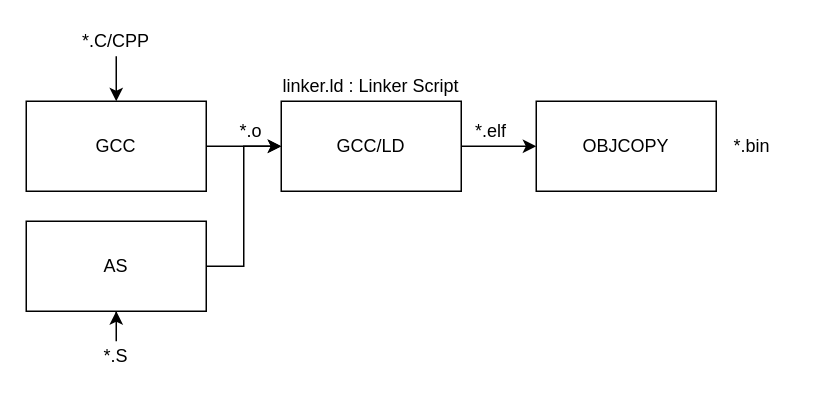
Before: assets/compileandlink.drawio in goodsemong/goodsemong.github.io, a draw.io diagram. Source tidied: cells renumbered, new cells numbered last; positions are measured from the earlier drawing's top-left corner, leaving out a move shared by most shapes. Both pictures are drawn from the tidied source at 150%, with x=0, y=0 at pixel (26, 26).
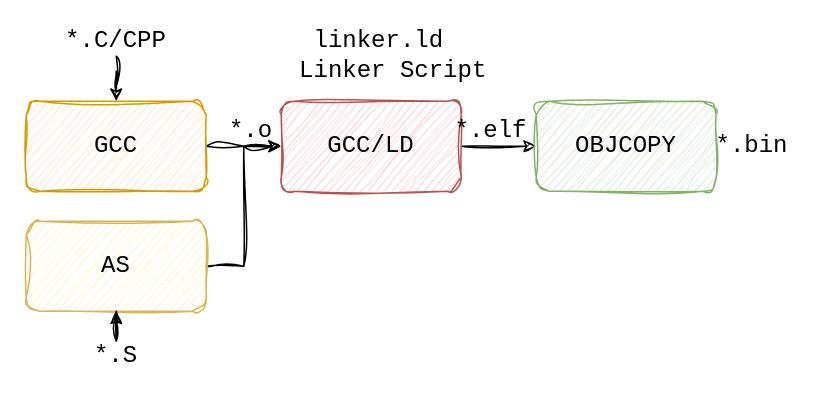
The same page after the edit.

The edit, as a diff of the source:
```diff
@@
 <mxGraphModel>
   <root>
     <mxCell id="0" />
     <mxCell id="1" parent="0" />
-    <mxCell id="2" style="edgeStyle=orthogonalEdgeStyle;rounded=0;jettySize=auto;html=1;" parent="1" edge="1" source="3">
+    <mxCell id="2" style="edgeStyle=orthogonalEdgeStyle;rounded=0;jettySize=auto;html=1;sketch=1;curveFitting=1;jiggle=2;fontFamily=Courier New;fontSize=16;" parent="1" edge="1" source="3">
       <mxGeometry relative="1" as="geometry">
         <mxPoint x="170" y="80" as="targetPoint" />
       </mxGeometry>
     </mxCell>
-    <mxCell id="3" value="GCC" style="rounded=0;whiteSpace=wrap;html=1;" parent="1" vertex="1">
+    <mxCell id="3" value="GCC" style="rounded=1;whiteSpace=wrap;html=1;glass=0;sketch=1;curveFitting=1;jiggle=2;shadow=0;fontFamily=Courier New;fontSize=16;fillColor=#ffe6cc;strokeColor=#d79b00;" parent="1" vertex="1">
       <mxGeometry y="50" width="120" height="60" as="geometry" />
     </mxCell>
-    <mxCell id="4" style="edgeStyle=orthogonalEdgeStyle;rounded=0;jettySize=auto;html=1;" parent="1" edge="1" source="5" target="6">
+    <mxCell id="4" style="edgeStyle=orthogonalEdgeStyle;rounded=0;jettySize=auto;html=1;sketch=1;curveFitting=1;jiggle=2;fontFamily=Courier New;fontSize=16;" parent="1" edge="1" source="5" target="6">
       <mxGeometry relative="1" as="geometry" />
     </mxCell>
-    <mxCell id="5" value="GCC/LD" style="rounded=0;whiteSpace=wrap;html=1;" parent="1" vertex="1">
+    <mxCell id="5" value="GCC/LD" style="rounded=1;whiteSpace=wrap;html=1;sketch=1;curveFitting=1;jiggle=2;fontFamily=Courier New;fontSize=16;fillColor=#f8cecc;strokeColor=#b85450;" parent="1" vertex="1">
       <mxGeometry x="170" y="50" width="120" height="60" as="geometry" />
     </mxCell>
-    <mxCell id="6" value="OBJCOPY" style="rounded=0;whiteSpace=wrap;html=1;" parent="1" vertex="1">
+    <mxCell id="6" value="OBJCOPY" style="rounded=1;whiteSpace=wrap;html=1;sketch=1;curveFitting=1;jiggle=2;fontFamily=Courier New;fontSize=16;fillColor=#d5e8d4;strokeColor=#82b366;" parent="1" vertex="1">
       <mxGeometry x="340" y="50" width="120" height="60" as="geometry" />
     </mxCell>
-    <mxCell id="7" style="edgeStyle=orthogonalEdgeStyle;rounded=0;jettySize=auto;html=1;entryX=0;entryY=0.5;entryDx=0;entryDy=0;" parent="1" edge="1" source="8" target="5">
+    <mxCell id="7" style="edgeStyle=orthogonalEdgeStyle;rounded=0;jettySize=auto;html=1;entryX=0;entryY=0.5;entryDx=0;entryDy=0;sketch=1;curveFitting=1;jiggle=2;fontFamily=Courier New;fontSize=16;" parent="1" edge="1" source="8" target="5">
       <mxGeometry relative="1" as="geometry" />
     </mxCell>
-    <mxCell id="8" value="AS" style="rounded=0;whiteSpace=wrap;html=1;" parent="1" vertex="1">
+    <mxCell id="8" value="AS" style="rounded=1;whiteSpace=wrap;html=1;sketch=1;curveFitting=1;jiggle=2;fontFamily=Courier New;fontSize=16;fillColor=#fff2cc;strokeColor=#d6b656;" parent="1" vertex="1">
       <mxGeometry y="130" width="120" height="60" as="geometry" />
     </mxCell>
-    <mxCell id="9" style="edgeStyle=orthogonalEdgeStyle;rounded=0;jettySize=auto;html=1;" parent="1" edge="1" source="10" target="3">
+    <mxCell id="9" style="edgeStyle=orthogonalEdgeStyle;rounded=0;jettySize=auto;html=1;sketch=1;curveFitting=1;jiggle=2;fontFamily=Courier New;fontSize=16;" parent="1" edge="1" source="10" target="3">
       <mxGeometry relative="1" as="geometry" />
     </mxCell>
-    <mxCell id="10" value="*.C/CPP" style="text;strokeColor=none;align=center;fillColor=none;html=1;verticalAlign=middle;whiteSpace=wrap;rounded=0;" parent="1" vertex="1">
+    <mxCell id="10" value="*.C/CPP" style="text;strokeColor=none;align=center;fillColor=none;html=1;verticalAlign=middle;whiteSpace=wrap;rounded=0;sketch=1;curveFitting=1;jiggle=2;fontFamily=Courier New;fontSize=16;" parent="1" vertex="1">
       <mxGeometry x="30" width="60" height="20" as="geometry" />
     </mxCell>
-    <mxCell id="11" style="edgeStyle=orthogonalEdgeStyle;rounded=0;jettySize=auto;html=1;" parent="1" edge="1" source="12" target="8">
+    <mxCell id="11" style="edgeStyle=orthogonalEdgeStyle;rounded=0;jettySize=auto;html=1;sketch=1;curveFitting=1;jiggle=2;fontFamily=Courier New;fontSize=16;" parent="1" edge="1" source="12" target="8">
       <mxGeometry relative="1" as="geometry" />
     </mxCell>
-    <mxCell id="12" value="*.S" style="text;strokeColor=none;align=center;fillColor=none;html=1;verticalAlign=middle;whiteSpace=wrap;rounded=0;" parent="1" vertex="1">
+    <mxCell id="12" value="*.S" style="text;strokeColor=none;align=center;fillColor=none;html=1;verticalAlign=middle;whiteSpace=wrap;rounded=0;sketch=1;curveFitting=1;jiggle=2;fontFamily=Courier New;fontSize=16;" parent="1" vertex="1">
       <mxGeometry x="30" y="210" width="60" height="20" as="geometry" />
     </mxCell>
-    <mxCell id="13" value="*.o" style="text;strokeColor=none;align=center;fillColor=none;html=1;verticalAlign=middle;whiteSpace=wrap;rounded=0;" parent="1" vertex="1">
+    <mxCell id="13" value="*.o" style="text;strokeColor=none;align=center;fillColor=none;html=1;verticalAlign=middle;whiteSpace=wrap;rounded=0;sketch=1;curveFitting=1;jiggle=2;fontFamily=Courier New;fontSize=16;" parent="1" vertex="1">
       <mxGeometry x="120" y="60" width="60" height="20" as="geometry" />
     </mxCell>
-    <mxCell id="14" value="linker.ld : Linker Script" style="text;strokeColor=none;align=center;fillColor=none;html=1;verticalAlign=middle;whiteSpace=wrap;rounded=0;" parent="1" vertex="1">
-      <mxGeometry x="170" y="30" width="120" height="20" as="geometry" />
+    <mxCell id="14" value="linker.ld&amp;nbsp;&lt;br&gt;&amp;nbsp;Linker Script" style="text;strokeColor=none;align=center;fillColor=none;html=1;verticalAlign=middle;whiteSpace=wrap;rounded=0;sketch=1;curveFitting=1;jiggle=2;fontFamily=Courier New;fontSize=16;" parent="1" vertex="1">
+      <mxGeometry x="160" y="10" width="160" height="20" as="geometry" />
     </mxCell>
-    <mxCell id="15" value="*.elf" style="text;strokeColor=none;align=center;fillColor=none;html=1;verticalAlign=middle;whiteSpace=wrap;rounded=0;" parent="1" vertex="1">
+    <mxCell id="15" value="*.elf" style="text;strokeColor=none;align=center;fillColor=none;html=1;verticalAlign=middle;whiteSpace=wrap;rounded=0;sketch=1;curveFitting=1;jiggle=2;fontFamily=Courier New;fontSize=16;" parent="1" vertex="1">
       <mxGeometry x="280" y="60" width="60" height="20" as="geometry" />
     </mxCell>
-    <mxCell id="16" value="*.bin" style="text;strokeColor=none;align=center;fillColor=none;html=1;verticalAlign=middle;whiteSpace=wrap;rounded=0;" parent="1" vertex="1">
+    <mxCell id="16" value="*.bin" style="text;strokeColor=none;align=center;fillColor=none;html=1;verticalAlign=middle;whiteSpace=wrap;rounded=0;sketch=1;curveFitting=1;jiggle=2;fontFamily=Courier New;fontSize=16;" parent="1" vertex="1">
       <mxGeometry x="454" y="70" width="60" height="20" as="geometry" />
     </mxCell>
   </root>
 </mxGraphModel>
```
